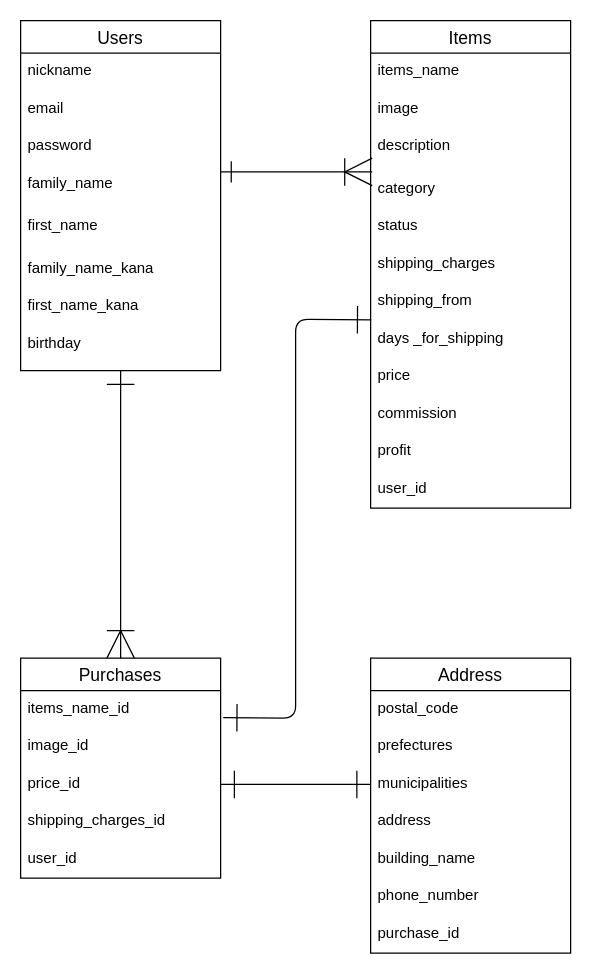
The draw.io diagram furima.dio in juuata/furima-38787, before the edit. Source tidied: cells renumbered, new cells numbered last; positions are measured from the earlier drawing's top-left corner, leaving out a move shared by most shapes. Both pictures are drawn from the tidied source at 125%, with x=0, y=0 at pixel (20, 20).
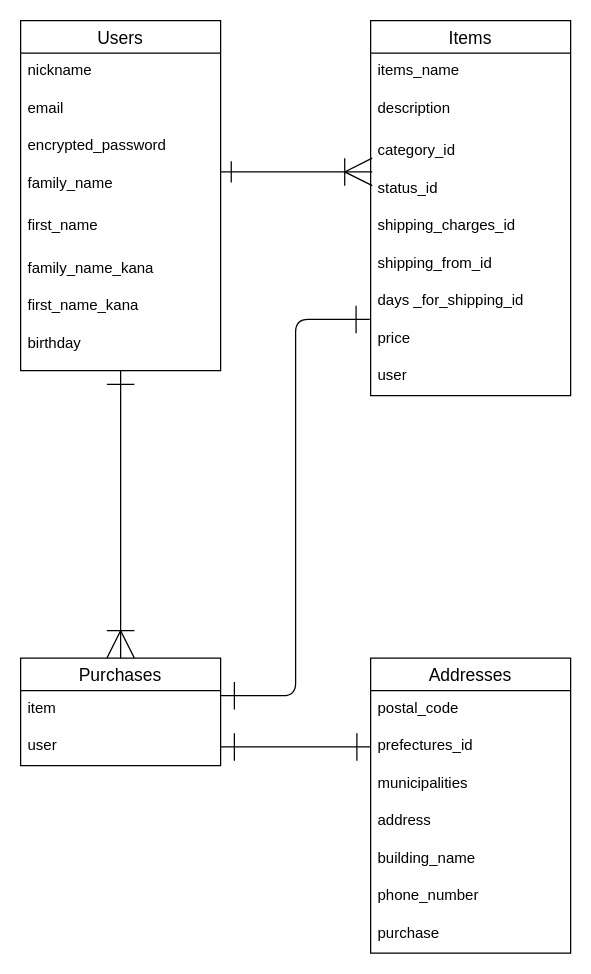
After the change.

Commit message (it also covers changes not shown here):
ER図とREADMEの設計 修正版

The change refers to these unchanged cells:
```xml
<mxCell id="2" value="Users" style="swimlane;fontStyle=0;horizontal=1;startSize=26;align=center;fontSize=14;" parent="1" vertex="1">
  <mxGeometry width="160" height="280" as="geometry" />
</mxCell>
<mxCell id="33" value="municipalities" style="text;strokeColor=none;fillColor=none;spacingLeft=4;spacingRight=4;overflow=hidden;points=[[0,0.5],[1,0.5]];portConstraint=eastwest;fontSize=12;" parent="30" vertex="1">
  <mxGeometry y="86" width="160" height="30" as="geometry" />
</mxCell>
```

The edit, as a diff of the source:
```diff
@@
-    <mxCell id="5" value="password" style="text;strokeColor=none;fillColor=none;spacingLeft=4;spacingRight=4;overflow=hidden;fontSize=12;" parent="2" vertex="1">
+    <mxCell id="5" value="encrypted_password" style="text;strokeColor=none;fillColor=none;spacingLeft=4;spacingRight=4;overflow=hidden;fontSize=12;" parent="2" vertex="1">
       <mxGeometry y="86" width="160" height="30" as="geometry" />
     </mxCell>
@@
     <mxCell id="11" value="Items" style="swimlane;fontStyle=0;horizontal=1;startSize=26;align=center;fontSize=14;" parent="1" vertex="1">
-      <mxGeometry x="280" width="160" height="390" as="geometry" />
+      <mxGeometry x="280" width="160" height="300" as="geometry" />
     </mxCell>
@@
-    <mxCell id="13" value="image" style="text;strokeColor=none;fillColor=none;spacingLeft=4;spacingRight=4;overflow=hidden;fontSize=12;" parent="11" vertex="1">
-      <mxGeometry y="56" width="160" height="30" as="geometry" />
-    </mxCell>
     <mxCell id="14" value="description" style="text;strokeColor=none;fillColor=none;spacingLeft=4;spacingRight=4;overflow=hidden;fontSize=12;" parent="11" vertex="1">
-      <mxGeometry y="86" width="160" height="34" as="geometry" />
+      <mxGeometry y="56" width="160" height="34" as="geometry" />
     </mxCell>
-    <mxCell id="15" value="category" style="text;strokeColor=none;fillColor=none;spacingLeft=4;spacingRight=4;overflow=hidden;points=[[0,0.5],[1,0.5]];portConstraint=eastwest;fontSize=12;" parent="11" vertex="1">
-      <mxGeometry y="120" width="160" height="30" as="geometry" />
+    <mxCell id="15" value="category_id" style="text;strokeColor=none;fillColor=none;spacingLeft=4;spacingRight=4;overflow=hidden;points=[[0,0.5],[1,0.5]];portConstraint=eastwest;fontSize=12;" parent="11" vertex="1">
+      <mxGeometry y="90" width="160" height="30" as="geometry" />
     </mxCell>
-    <mxCell id="16" value="status" style="text;strokeColor=none;fillColor=none;spacingLeft=4;spacingRight=4;overflow=hidden;fontSize=12;" parent="11" vertex="1">
-      <mxGeometry y="150" width="160" height="30" as="geometry" />
+    <mxCell id="16" value="status_id" style="text;strokeColor=none;fillColor=none;spacingLeft=4;spacingRight=4;overflow=hidden;fontSize=12;" parent="11" vertex="1">
+      <mxGeometry y="120" width="160" height="30" as="geometry" />
     </mxCell>
-    <mxCell id="17" value="shipping_charges" style="text;strokeColor=none;fillColor=none;spacingLeft=4;spacingRight=4;overflow=hidden;fontSize=12;" parent="11" vertex="1">
-      <mxGeometry y="180" width="160" height="30" as="geometry" />
+    <mxCell id="17" value="shipping_charges_id" style="text;strokeColor=none;fillColor=none;spacingLeft=4;spacingRight=4;overflow=hidden;fontSize=12;" parent="11" vertex="1">
+      <mxGeometry y="150" width="160" height="30" as="geometry" />
     </mxCell>
-    <mxCell id="18" value="shipping_from" style="text;strokeColor=none;fillColor=none;spacingLeft=4;spacingRight=4;overflow=hidden;fontSize=12;" parent="11" vertex="1">
-      <mxGeometry y="210" width="160" height="30" as="geometry" />
+    <mxCell id="18" value="shipping_from_id" style="text;strokeColor=none;fillColor=none;spacingLeft=4;spacingRight=4;overflow=hidden;fontSize=12;" parent="11" vertex="1">
+      <mxGeometry y="180" width="160" height="30" as="geometry" />
     </mxCell>
-    <mxCell id="19" value="days _for_shipping" style="text;strokeColor=none;fillColor=none;spacingLeft=4;spacingRight=4;overflow=hidden;points=[[0,0.5],[1,0.5]];portConstraint=eastwest;fontSize=12;" parent="11" vertex="1">
-      <mxGeometry y="240" width="160" height="30" as="geometry" />
+    <mxCell id="19" value="days _for_shipping_id" style="text;strokeColor=none;fillColor=none;spacingLeft=4;spacingRight=4;overflow=hidden;points=[[0,0.5],[1,0.5]];portConstraint=eastwest;fontSize=12;" parent="11" vertex="1">
+      <mxGeometry y="210" width="160" height="30" as="geometry" />
     </mxCell>
     <mxCell id="20" value="price" style="text;strokeColor=none;fillColor=none;spacingLeft=4;spacingRight=4;overflow=hidden;fontSize=12;" parent="11" vertex="1">
-      <mxGeometry y="270" width="160" height="30" as="geometry" />
+      <mxGeometry y="240" width="160" height="30" as="geometry" />
     </mxCell>
-    <mxCell id="21" value="commission" style="text;strokeColor=none;fillColor=none;spacingLeft=4;spacingRight=4;overflow=hidden;fontSize=12;" parent="11" vertex="1">
-      <mxGeometry y="300" width="160" height="30" as="geometry" />
-    </mxCell>
-    <mxCell id="22" value="profit" style="text;strokeColor=none;fillColor=none;spacingLeft=4;spacingRight=4;overflow=hidden;fontSize=12;" parent="11" vertex="1">
-      <mxGeometry y="330" width="160" height="30" as="geometry" />
-    </mxCell>
-    <mxCell id="23" value="user_id" style="text;strokeColor=none;fillColor=none;spacingLeft=4;spacingRight=4;overflow=hidden;fontSize=12;" parent="11" vertex="1">
-      <mxGeometry y="360" width="160" height="30" as="geometry" />
+    <mxCell id="23" value="user" style="text;strokeColor=none;fillColor=none;spacingLeft=4;spacingRight=4;overflow=hidden;fontSize=12;" parent="11" vertex="1">
+      <mxGeometry y="270" width="160" height="30" as="geometry" />
     </mxCell>
     <mxCell id="24" value="Purchases" style="swimlane;fontStyle=0;horizontal=1;startSize=26;align=center;fontSize=14;" parent="1" vertex="1">
-      <mxGeometry y="510" width="160" height="176" as="geometry" />
+      <mxGeometry y="510" width="160" height="86" as="geometry" />
     </mxCell>
-    <mxCell id="25" value="items_name_id" style="text;strokeColor=none;fillColor=none;spacingLeft=4;spacingRight=4;overflow=hidden;points=[[0,0.5],[1,0.5]];portConstraint=eastwest;fontSize=12;" parent="24" vertex="1">
+    <mxCell id="25" value="item" style="text;strokeColor=none;fillColor=none;spacingLeft=4;spacingRight=4;overflow=hidden;points=[[0,0.5],[1,0.5]];portConstraint=eastwest;fontSize=12;" parent="24" vertex="1">
       <mxGeometry y="26" width="160" height="30" as="geometry" />
     </mxCell>
-    <mxCell id="26" value="image_id" style="text;strokeColor=none;fillColor=none;spacingLeft=4;spacingRight=4;overflow=hidden;fontSize=12;" parent="24" vertex="1">
-      <mxGeometry y="56" width="160" height="30" as="geometry" />
-    </mxCell>
-    <mxCell id="27" value="price_id" style="text;strokeColor=none;fillColor=none;spacingLeft=4;spacingRight=4;overflow=hidden;points=[[0,0.5],[1,0.5]];portConstraint=eastwest;fontSize=12;" parent="24" vertex="1">
-      <mxGeometry y="86" width="160" height="30" as="geometry" />
-    </mxCell>
-    <mxCell id="28" value="shipping_charges_id" style="text;strokeColor=none;fillColor=none;spacingLeft=4;spacingRight=4;overflow=hidden;fontSize=12;" parent="24" vertex="1">
-      <mxGeometry y="116" width="160" height="30" as="geometry" />
-    </mxCell>
-    <mxCell id="29" value="user_id" style="text;strokeColor=none;fillColor=none;spacingLeft=4;spacingRight=4;overflow=hidden;points=[[0,0.5],[1,0.5]];portConstraint=eastwest;fontSize=12;" parent="24" vertex="1">
-      <mxGeometry y="146" width="160" height="30" as="geometry" />
+    <mxCell id="29" value="user" style="text;strokeColor=none;fillColor=none;spacingLeft=4;spacingRight=4;overflow=hidden;points=[[0,0.5],[1,0.5]];portConstraint=eastwest;fontSize=12;" parent="24" vertex="1">
+      <mxGeometry y="56" width="160" height="30" as="geometry" />
     </mxCell>
-    <mxCell id="30" value="Address" style="swimlane;fontStyle=0;horizontal=1;startSize=26;align=center;fontSize=14;" parent="1" vertex="1">
+    <mxCell id="30" value="Addresses" style="swimlane;fontStyle=0;horizontal=1;startSize=26;align=center;fontSize=14;" parent="1" vertex="1">
       <mxGeometry x="280" y="510" width="160" height="236" as="geometry" />
     </mxCell>
@@
-    <mxCell id="32" value="prefectures" style="text;strokeColor=none;fillColor=none;spacingLeft=4;spacingRight=4;overflow=hidden;points=[[0,0.5],[1,0.5]];portConstraint=eastwest;fontSize=12;" parent="30" vertex="1">
+    <mxCell id="32" value="prefectures_id" style="text;strokeColor=none;fillColor=none;spacingLeft=4;spacingRight=4;overflow=hidden;points=[[0,0.5],[1,0.5]];portConstraint=eastwest;fontSize=12;" parent="30" vertex="1">
       <mxGeometry y="56" width="160" height="30" as="geometry" />
     </mxCell>
@@
-    <mxCell id="37" value="purchase_id" style="text;strokeColor=none;fillColor=none;spacingLeft=4;spacingRight=4;overflow=hidden;fontSize=12;" parent="30" vertex="1">
+    <mxCell id="37" value="purchase" style="text;strokeColor=none;fillColor=none;spacingLeft=4;spacingRight=4;overflow=hidden;fontSize=12;" parent="30" vertex="1">
       <mxGeometry y="206" width="160" height="30" as="geometry" />
     </mxCell>
-    <mxCell id="38" style="edgeStyle=none;html=1;jumpSize=20;endArrow=ERoneToMany;endFill=0;endSize=20;startArrow=ERone;startFill=0;startSize=15;sourcePerimeterSpacing=0;entryX=0.008;entryY=0.033;entryDx=0;entryDy=0;entryPerimeter=0;" parent="1" edge="1" target="15">
+    <mxCell id="38" style="edgeStyle=none;html=1;jumpSize=20;endArrow=ERoneToMany;endFill=0;endSize=20;startArrow=ERone;startFill=0;startSize=15;sourcePerimeterSpacing=0;entryX=0.008;entryY=1.033;entryDx=0;entryDy=0;entryPerimeter=0;" parent="1" edge="1" target="15">
       <mxGeometry relative="1" as="geometry">
         <mxPoint x="160" y="121" as="sourcePoint" />
         <Array as="points">
           <mxPoint x="250" y="121" />
+          <mxPoint x="270" y="121" />
         </Array>
       </mxGeometry>
     </mxCell>
@@
-    <mxCell id="40" style="edgeStyle=none;jumpSize=20;html=1;exitX=1;exitY=0.5;exitDx=0;exitDy=0;entryX=0;entryY=0.5;entryDx=0;entryDy=0;startArrow=ERone;startFill=0;endArrow=ERone;endFill=0;startSize=20;endSize=20;sourcePerimeterSpacing=0;" parent="1" edge="1" source="27" target="33">
+    <mxCell id="40" style="edgeStyle=none;jumpSize=20;html=1;exitX=1;exitY=0.5;exitDx=0;exitDy=0;entryX=0;entryY=0.5;entryDx=0;entryDy=0;startArrow=ERone;startFill=0;endArrow=ERone;endFill=0;startSize=20;endSize=20;sourcePerimeterSpacing=0;" parent="1" edge="1" source="29" target="32">
       <mxGeometry relative="1" as="geometry" />
     </mxCell>
-    <mxCell id="41" style="edgeStyle=none;jumpSize=20;html=1;exitX=0.003;exitY=-0.022;exitDx=0;exitDy=0;startArrow=ERone;startFill=0;endArrow=ERone;endFill=0;startSize=20;endSize=20;sourcePerimeterSpacing=0;entryX=1.013;entryY=0.722;entryDx=0;entryDy=0;entryPerimeter=0;exitPerimeter=0;" parent="1" edge="1" source="19" target="25">
+    <mxCell id="41" style="edgeStyle=none;jumpSize=20;html=1;exitX=-0.004;exitY=0.967;exitDx=0;exitDy=0;startArrow=ERone;startFill=0;endArrow=ERone;endFill=0;startSize=20;endSize=20;sourcePerimeterSpacing=0;exitPerimeter=0;" parent="1" edge="1" source="19">
       <mxGeometry relative="1" as="geometry">
+        <mxPoint x="160" y="540" as="targetPoint" />
         <Array as="points">
           <mxPoint x="220" y="239" />
-          <mxPoint x="220" y="558" />
+          <mxPoint x="220" y="540" />
+          <mxPoint x="180" y="540" />
         </Array>
       </mxGeometry>
     </mxCell>
-    <mxCell id="42" style="edgeStyle=none;jumpSize=20;html=1;exitX=0;exitY=0.5;exitDx=0;exitDy=0;startArrow=ERone;startFill=0;endArrow=ERone;endFill=0;startSize=20;endSize=20;sourcePerimeterSpacing=0;" parent="1" edge="1" source="15">
+    <mxCell id="42" style="edgeStyle=none;jumpSize=20;html=1;startArrow=ERone;startFill=0;endArrow=ERone;endFill=0;startSize=20;endSize=20;sourcePerimeterSpacing=0;" parent="1" edge="1">
       <mxGeometry relative="1" as="geometry">
+        <mxPoint x="280" y="135" as="sourcePoint" />
         <mxPoint x="280" y="135.2" as="targetPoint" />
       </mxGeometry>
     </mxCell>
```
